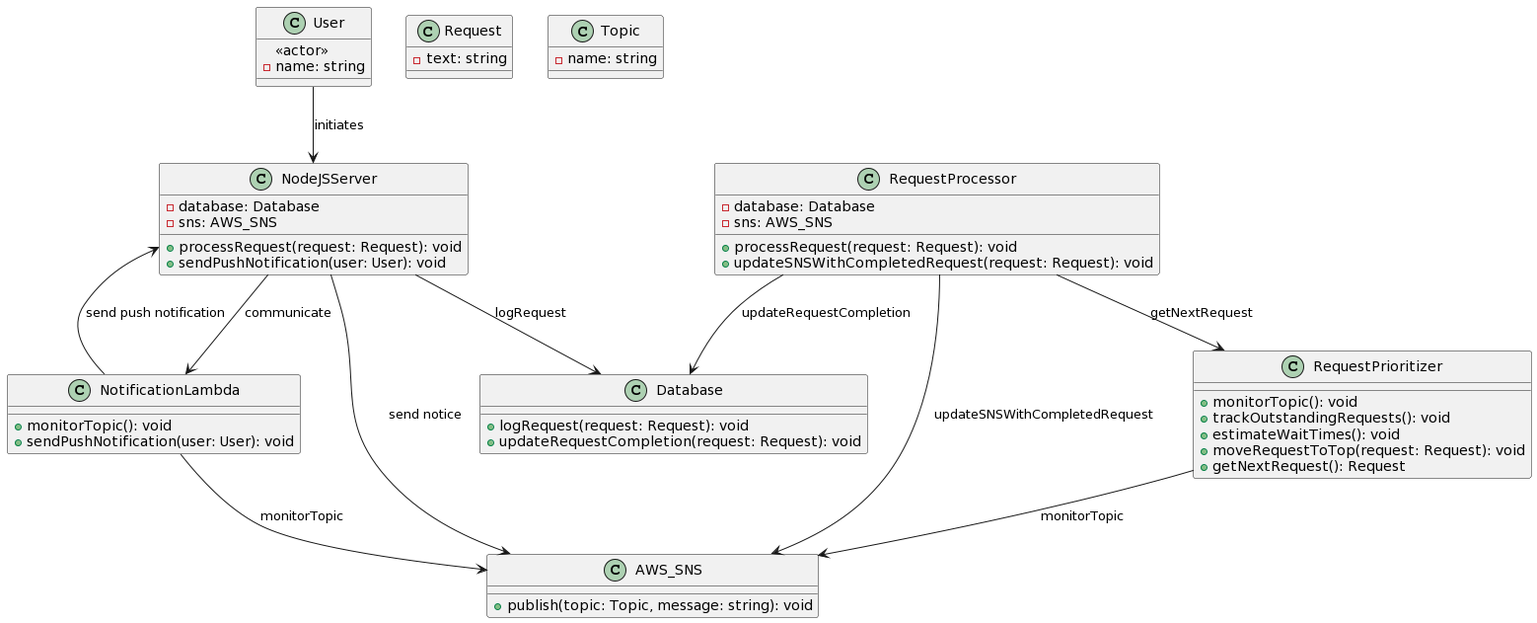
Above: docs/system_diagram.png in CulleyHarrelson/bot-e (PlantUML), before the change.
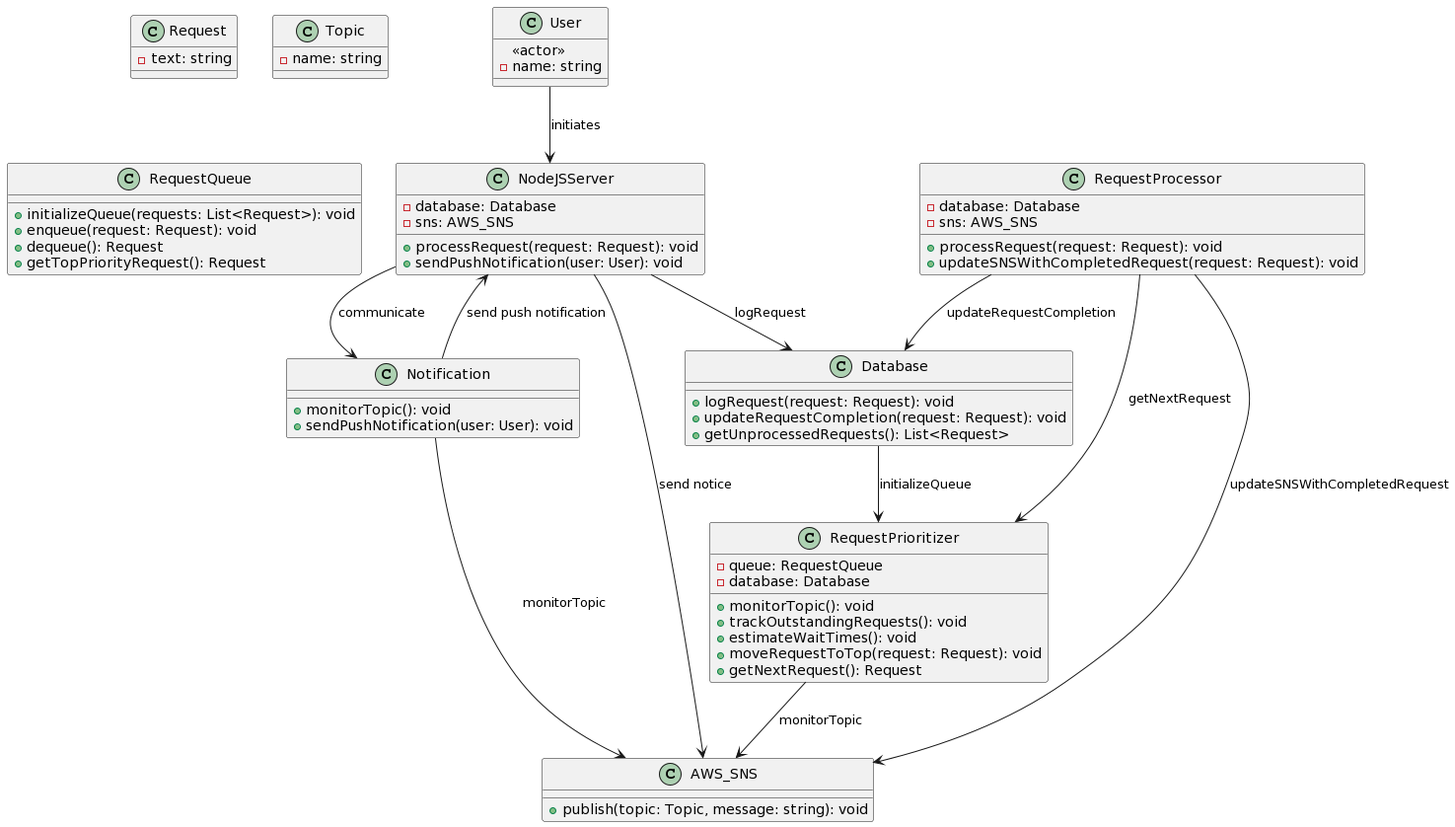
After the commit.

Diff of the diagram source:
```diff
@@ -18,6 +18,7 @@
 class Database {
     + logRequest(request: Request): void
     + updateRequestCompletion(request: Request): void
+    + getUnprocessedRequests(): List<Request>
 }
 
 class AWS_SNS {
@@ -29,11 +30,20 @@
 }
 
 class RequestPrioritizer {
+    - queue: RequestQueue
+    - database: Database
     + monitorTopic(): void
     + trackOutstandingRequests(): void
     + estimateWaitTimes(): void
     + moveRequestToTop(request: Request): void
     + getNextRequest(): Request
+}
+
+class RequestQueue {
+    + initializeQueue(requests: List<Request>): void
+    + enqueue(request: Request): void
+    + dequeue(): Request
+    + getTopPriorityRequest(): Request
 }
 
 class RequestProcessor {
@@ -43,7 +53,7 @@
     + updateSNSWithCompletedRequest(request: Request): void
 }
 
-class NotificationLambda {
+class Notification {
     + monitorTopic(): void
     + sendPushNotification(user: User): void
 }
@@ -51,14 +61,15 @@
 User --> NodeJSServer: initiates
 NodeJSServer --> Database: logRequest
 NodeJSServer --> AWS_SNS: send notice
-NodeJSServer --> NotificationLambda: communicate
+NodeJSServer --> Notification: communicate
 
 RequestProcessor --> Database: updateRequestCompletion
 RequestProcessor --> AWS_SNS: updateSNSWithCompletedRequest
 RequestProcessor --> RequestPrioritizer: getNextRequest
 
 RequestPrioritizer --> AWS_SNS: monitorTopic
+Database --> RequestPrioritizer: initializeQueue
 
-NotificationLambda --> AWS_SNS: monitorTopic
-NotificationLambda --> NodeJSServer: send push notification
+Notification --> AWS_SNS: monitorTopic
+Notification --> NodeJSServer: send push notification
 @enduml
```
